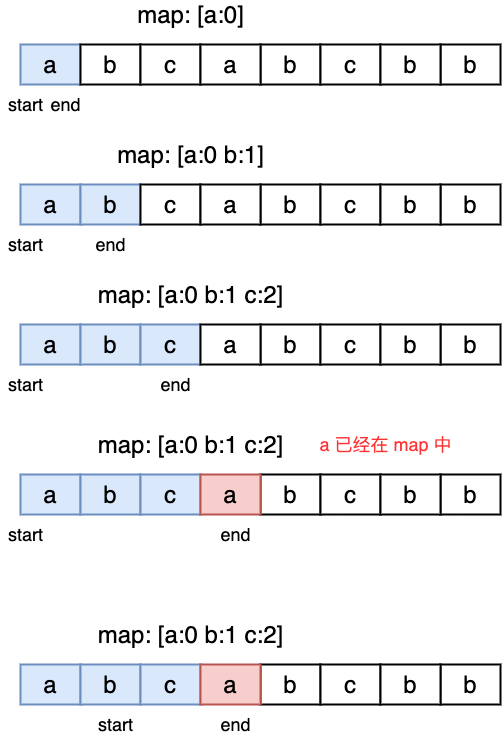
Above: 剑指Offer48_最长不含重复字符的子字符串.png in autsu/diagrams (draw.io), before the change. Source tidied: cells renumbered, new cells last; positions are measured from the earlier drawing's top-left corner, leaving out a move shared by most shapes. The source it was exported from:
```xml
<mxGraphModel>
  <root>
    <mxCell id="0" />
    <mxCell id="1" parent="0" />
    <mxCell id="2" value="&lt;font style=&quot;font-size: 24px&quot;&gt;a&lt;/font&gt;" style="rounded=0;whiteSpace=wrap;html=1;strokeWidth=2;fillColor=#dae8fc;strokeColor=#6c8ebf;" parent="1" vertex="1">
      <mxGeometry x="20" y="40" width="60" height="40" as="geometry" />
    </mxCell>
    <mxCell id="3" value="&lt;span style=&quot;font-size: 24px&quot;&gt;b&lt;/span&gt;" style="rounded=0;whiteSpace=wrap;html=1;strokeWidth=2;" parent="1" vertex="1">
      <mxGeometry x="80" y="40" width="60" height="40" as="geometry" />
    </mxCell>
    <mxCell id="4" value="&lt;font style=&quot;font-size: 24px&quot;&gt;c&lt;/font&gt;" style="rounded=0;whiteSpace=wrap;html=1;strokeWidth=2;" parent="1" vertex="1">
      <mxGeometry x="140" y="40" width="60" height="40" as="geometry" />
    </mxCell>
    <mxCell id="5" value="&lt;font style=&quot;font-size: 24px&quot;&gt;b&lt;/font&gt;" style="rounded=0;whiteSpace=wrap;html=1;strokeWidth=2;" parent="1" vertex="1">
      <mxGeometry x="260" y="40" width="60" height="40" as="geometry" />
    </mxCell>
    <mxCell id="6" value="&lt;font style=&quot;font-size: 24px&quot;&gt;b&lt;/font&gt;" style="rounded=0;whiteSpace=wrap;html=1;strokeWidth=2;" parent="1" vertex="1">
      <mxGeometry x="440" y="40" width="60" height="40" as="geometry" />
    </mxCell>
    <mxCell id="7" value="&lt;font style=&quot;font-size: 24px&quot;&gt;c&lt;/font&gt;" style="rounded=0;whiteSpace=wrap;html=1;strokeWidth=2;" parent="1" vertex="1">
      <mxGeometry x="320" y="40" width="60" height="40" as="geometry" />
    </mxCell>
    <mxCell id="8" value="&lt;font style=&quot;font-size: 24px&quot;&gt;b&lt;/font&gt;" style="rounded=0;whiteSpace=wrap;html=1;strokeWidth=2;" parent="1" vertex="1">
      <mxGeometry x="380" y="40" width="60" height="40" as="geometry" />
    </mxCell>
    <mxCell id="9" value="&lt;font style=&quot;font-size: 24px&quot;&gt;a&lt;/font&gt;" style="rounded=0;whiteSpace=wrap;html=1;strokeWidth=2;" parent="1" vertex="1">
      <mxGeometry x="200" y="40" width="60" height="40" as="geometry" />
    </mxCell>
    <mxCell id="10" value="&lt;font style=&quot;font-size: 18px&quot;&gt;start&lt;/font&gt;" style="text;html=1;align=center;verticalAlign=middle;fillColor=none;strokeColor=none;rounded=0;" parent="1" vertex="1">
      <mxGeometry y="90" width="50" height="20" as="geometry" />
    </mxCell>
    <mxCell id="11" value="&lt;font style=&quot;font-size: 18px&quot;&gt;end&lt;/font&gt;" style="text;html=1;align=center;verticalAlign=middle;fillColor=none;strokeColor=none;rounded=0;" parent="1" vertex="1">
      <mxGeometry x="40" y="90" width="50" height="20" as="geometry" />
    </mxCell>
    <mxCell id="12" value="&lt;font style=&quot;font-size: 24px&quot;&gt;map: [a:0]&lt;/font&gt;" style="text;html=1;align=center;verticalAlign=middle;fillColor=none;strokeColor=none;rounded=0;" parent="1" vertex="1">
      <mxGeometry x="130" width="120" height="20" as="geometry" />
    </mxCell>
    <mxCell id="13" value="&lt;font style=&quot;font-size: 24px&quot;&gt;a&lt;/font&gt;" style="rounded=0;whiteSpace=wrap;html=1;strokeWidth=2;fillColor=#dae8fc;strokeColor=#6c8ebf;" parent="1" vertex="1">
      <mxGeometry x="20" y="180" width="60" height="40" as="geometry" />
    </mxCell>
    <mxCell id="14" value="&lt;span style=&quot;font-size: 24px&quot;&gt;b&lt;/span&gt;" style="rounded=0;whiteSpace=wrap;html=1;strokeWidth=2;fillColor=#dae8fc;strokeColor=#6c8ebf;" parent="1" vertex="1">
      <mxGeometry x="80" y="180" width="60" height="40" as="geometry" />
    </mxCell>
    <mxCell id="15" value="&lt;font style=&quot;font-size: 24px&quot;&gt;c&lt;/font&gt;" style="rounded=0;whiteSpace=wrap;html=1;strokeWidth=2;" parent="1" vertex="1">
      <mxGeometry x="140" y="180" width="60" height="40" as="geometry" />
    </mxCell>
    <mxCell id="16" value="&lt;font style=&quot;font-size: 24px&quot;&gt;b&lt;/font&gt;" style="rounded=0;whiteSpace=wrap;html=1;strokeWidth=2;" parent="1" vertex="1">
      <mxGeometry x="260" y="180" width="60" height="40" as="geometry" />
    </mxCell>
    <mxCell id="17" value="&lt;font style=&quot;font-size: 24px&quot;&gt;b&lt;/font&gt;" style="rounded=0;whiteSpace=wrap;html=1;strokeWidth=2;" parent="1" vertex="1">
      <mxGeometry x="440" y="180" width="60" height="40" as="geometry" />
    </mxCell>
    <mxCell id="18" value="&lt;font style=&quot;font-size: 24px&quot;&gt;c&lt;/font&gt;" style="rounded=0;whiteSpace=wrap;html=1;strokeWidth=2;" parent="1" vertex="1">
      <mxGeometry x="320" y="180" width="60" height="40" as="geometry" />
    </mxCell>
    <mxCell id="19" value="&lt;font style=&quot;font-size: 24px&quot;&gt;b&lt;/font&gt;" style="rounded=0;whiteSpace=wrap;html=1;strokeWidth=2;" parent="1" vertex="1">
      <mxGeometry x="380" y="180" width="60" height="40" as="geometry" />
    </mxCell>
    <mxCell id="20" value="&lt;font style=&quot;font-size: 24px&quot;&gt;a&lt;/font&gt;" style="rounded=0;whiteSpace=wrap;html=1;strokeWidth=2;" parent="1" vertex="1">
      <mxGeometry x="200" y="180" width="60" height="40" as="geometry" />
    </mxCell>
    <mxCell id="21" value="&lt;font style=&quot;font-size: 18px&quot;&gt;start&lt;/font&gt;" style="text;html=1;align=center;verticalAlign=middle;fillColor=none;strokeColor=none;rounded=0;" parent="1" vertex="1">
      <mxGeometry y="230" width="50" height="20" as="geometry" />
    </mxCell>
    <mxCell id="22" value="&lt;font style=&quot;font-size: 18px&quot;&gt;end&lt;/font&gt;" style="text;html=1;align=center;verticalAlign=middle;fillColor=none;strokeColor=none;rounded=0;" parent="1" vertex="1">
      <mxGeometry x="85" y="230" width="50" height="20" as="geometry" />
    </mxCell>
    <mxCell id="23" value="&lt;font style=&quot;font-size: 24px&quot;&gt;map: [a:0 b:1]&lt;/font&gt;" style="text;html=1;align=center;verticalAlign=middle;fillColor=none;strokeColor=none;rounded=0;" parent="1" vertex="1">
      <mxGeometry x="110" y="140" width="160" height="20" as="geometry" />
    </mxCell>
    <mxCell id="24" value="&lt;font style=&quot;font-size: 24px&quot;&gt;a&lt;/font&gt;" style="rounded=0;whiteSpace=wrap;html=1;strokeWidth=2;fillColor=#dae8fc;strokeColor=#6c8ebf;" parent="1" vertex="1">
      <mxGeometry x="20" y="320" width="60" height="40" as="geometry" />
    </mxCell>
    <mxCell id="25" value="&lt;span style=&quot;font-size: 24px&quot;&gt;b&lt;/span&gt;" style="rounded=0;whiteSpace=wrap;html=1;strokeWidth=2;fillColor=#dae8fc;strokeColor=#6c8ebf;" parent="1" vertex="1">
      <mxGeometry x="80" y="320" width="60" height="40" as="geometry" />
    </mxCell>
    <mxCell id="26" value="&lt;font style=&quot;font-size: 24px&quot;&gt;c&lt;/font&gt;" style="rounded=0;whiteSpace=wrap;html=1;strokeWidth=2;fillColor=#dae8fc;strokeColor=#6c8ebf;" parent="1" vertex="1">
      <mxGeometry x="140" y="320" width="60" height="40" as="geometry" />
    </mxCell>
    <mxCell id="27" value="&lt;font style=&quot;font-size: 24px&quot;&gt;b&lt;/font&gt;" style="rounded=0;whiteSpace=wrap;html=1;strokeWidth=2;" parent="1" vertex="1">
      <mxGeometry x="260" y="320" width="60" height="40" as="geometry" />
    </mxCell>
    <mxCell id="28" value="&lt;font style=&quot;font-size: 24px&quot;&gt;b&lt;/font&gt;" style="rounded=0;whiteSpace=wrap;html=1;strokeWidth=2;" parent="1" vertex="1">
      <mxGeometry x="440" y="320" width="60" height="40" as="geometry" />
    </mxCell>
    <mxCell id="29" value="&lt;font style=&quot;font-size: 24px&quot;&gt;c&lt;/font&gt;" style="rounded=0;whiteSpace=wrap;html=1;strokeWidth=2;" parent="1" vertex="1">
      <mxGeometry x="320" y="320" width="60" height="40" as="geometry" />
    </mxCell>
    <mxCell id="30" value="&lt;font style=&quot;font-size: 24px&quot;&gt;b&lt;/font&gt;" style="rounded=0;whiteSpace=wrap;html=1;strokeWidth=2;" parent="1" vertex="1">
      <mxGeometry x="380" y="320" width="60" height="40" as="geometry" />
    </mxCell>
    <mxCell id="31" value="&lt;font style=&quot;font-size: 24px&quot;&gt;a&lt;/font&gt;" style="rounded=0;whiteSpace=wrap;html=1;strokeWidth=2;" parent="1" vertex="1">
      <mxGeometry x="200" y="320" width="60" height="40" as="geometry" />
    </mxCell>
    <mxCell id="32" value="&lt;font style=&quot;font-size: 18px&quot;&gt;start&lt;/font&gt;" style="text;html=1;align=center;verticalAlign=middle;fillColor=none;strokeColor=none;rounded=0;" parent="1" vertex="1">
      <mxGeometry y="370" width="50" height="20" as="geometry" />
    </mxCell>
    <mxCell id="33" value="&lt;font style=&quot;font-size: 18px&quot;&gt;end&lt;/font&gt;" style="text;html=1;align=center;verticalAlign=middle;fillColor=none;strokeColor=none;rounded=0;" parent="1" vertex="1">
      <mxGeometry x="150" y="370" width="50" height="20" as="geometry" />
    </mxCell>
    <mxCell id="34" value="&lt;font style=&quot;font-size: 24px&quot;&gt;map: [a:0 b:1 c:2]&lt;/font&gt;" style="text;html=1;align=center;verticalAlign=middle;fillColor=none;strokeColor=none;rounded=0;" parent="1" vertex="1">
      <mxGeometry x="90" y="280" width="200" height="20" as="geometry" />
    </mxCell>
    <mxCell id="35" value="&lt;font style=&quot;font-size: 24px&quot;&gt;a&lt;/font&gt;" style="rounded=0;whiteSpace=wrap;html=1;strokeWidth=2;fillColor=#dae8fc;strokeColor=#6c8ebf;" parent="1" vertex="1">
      <mxGeometry x="20" y="470" width="60" height="40" as="geometry" />
    </mxCell>
    <mxCell id="36" value="&lt;span style=&quot;font-size: 24px&quot;&gt;b&lt;/span&gt;" style="rounded=0;whiteSpace=wrap;html=1;strokeWidth=2;fillColor=#dae8fc;strokeColor=#6c8ebf;" parent="1" vertex="1">
      <mxGeometry x="80" y="470" width="60" height="40" as="geometry" />
    </mxCell>
    <mxCell id="37" value="&lt;font style=&quot;font-size: 24px&quot;&gt;c&lt;/font&gt;" style="rounded=0;whiteSpace=wrap;html=1;strokeWidth=2;fillColor=#dae8fc;strokeColor=#6c8ebf;" parent="1" vertex="1">
      <mxGeometry x="140" y="470" width="60" height="40" as="geometry" />
    </mxCell>
    <mxCell id="38" value="&lt;font style=&quot;font-size: 24px&quot;&gt;b&lt;/font&gt;" style="rounded=0;whiteSpace=wrap;html=1;strokeWidth=2;" parent="1" vertex="1">
      <mxGeometry x="260" y="470" width="60" height="40" as="geometry" />
    </mxCell>
    <mxCell id="39" value="&lt;font style=&quot;font-size: 24px&quot;&gt;b&lt;/font&gt;" style="rounded=0;whiteSpace=wrap;html=1;strokeWidth=2;" parent="1" vertex="1">
      <mxGeometry x="440" y="470" width="60" height="40" as="geometry" />
    </mxCell>
    <mxCell id="40" value="&lt;font style=&quot;font-size: 24px&quot;&gt;c&lt;/font&gt;" style="rounded=0;whiteSpace=wrap;html=1;strokeWidth=2;" parent="1" vertex="1">
      <mxGeometry x="320" y="470" width="60" height="40" as="geometry" />
    </mxCell>
    <mxCell id="41" value="&lt;font style=&quot;font-size: 24px&quot;&gt;b&lt;/font&gt;" style="rounded=0;whiteSpace=wrap;html=1;strokeWidth=2;" parent="1" vertex="1">
      <mxGeometry x="380" y="470" width="60" height="40" as="geometry" />
    </mxCell>
    <mxCell id="42" value="&lt;font style=&quot;font-size: 24px&quot;&gt;a&lt;/font&gt;" style="rounded=0;whiteSpace=wrap;html=1;strokeWidth=2;fillColor=#f8cecc;strokeColor=#b85450;" parent="1" vertex="1">
      <mxGeometry x="200" y="470" width="60" height="40" as="geometry" />
    </mxCell>
    <mxCell id="43" value="&lt;font style=&quot;font-size: 18px&quot;&gt;start&lt;/font&gt;" style="text;html=1;align=center;verticalAlign=middle;fillColor=none;strokeColor=none;rounded=0;" parent="1" vertex="1">
      <mxGeometry y="520" width="50" height="20" as="geometry" />
    </mxCell>
    <mxCell id="44" value="&lt;font style=&quot;font-size: 18px&quot;&gt;end&lt;/font&gt;" style="text;html=1;align=center;verticalAlign=middle;fillColor=none;strokeColor=none;rounded=0;" parent="1" vertex="1">
      <mxGeometry x="210" y="520" width="50" height="20" as="geometry" />
    </mxCell>
    <mxCell id="45" value="&lt;font style=&quot;font-size: 24px&quot;&gt;map: [a:0 b:1 c:2]&lt;/font&gt;" style="text;html=1;align=center;verticalAlign=middle;fillColor=none;strokeColor=none;rounded=0;" parent="1" vertex="1">
      <mxGeometry x="90" y="430" width="200" height="20" as="geometry" />
    </mxCell>
    <mxCell id="46" value="&lt;font style=&quot;font-size: 18px&quot; color=&quot;#ff3333&quot;&gt;a 已经在 map 中&lt;/font&gt;" style="text;html=1;align=center;verticalAlign=middle;fillColor=none;strokeColor=none;rounded=0;" parent="1" vertex="1">
      <mxGeometry x="310" y="430" width="150" height="20" as="geometry" />
    </mxCell>
    <mxCell id="47" value="&lt;font style=&quot;font-size: 24px&quot;&gt;a&lt;/font&gt;" style="rounded=0;whiteSpace=wrap;html=1;strokeWidth=2;fillColor=#dae8fc;strokeColor=#6c8ebf;" parent="1" vertex="1">
      <mxGeometry x="20" y="660" width="60" height="40" as="geometry" />
    </mxCell>
    <mxCell id="48" value="&lt;span style=&quot;font-size: 24px&quot;&gt;b&lt;/span&gt;" style="rounded=0;whiteSpace=wrap;html=1;strokeWidth=2;fillColor=#dae8fc;strokeColor=#6c8ebf;" parent="1" vertex="1">
      <mxGeometry x="80" y="660" width="60" height="40" as="geometry" />
    </mxCell>
    <mxCell id="49" value="&lt;font style=&quot;font-size: 24px&quot;&gt;c&lt;/font&gt;" style="rounded=0;whiteSpace=wrap;html=1;strokeWidth=2;fillColor=#dae8fc;strokeColor=#6c8ebf;" parent="1" vertex="1">
      <mxGeometry x="140" y="660" width="60" height="40" as="geometry" />
    </mxCell>
    <mxCell id="50" value="&lt;font style=&quot;font-size: 24px&quot;&gt;b&lt;/font&gt;" style="rounded=0;whiteSpace=wrap;html=1;strokeWidth=2;" parent="1" vertex="1">
      <mxGeometry x="260" y="660" width="60" height="40" as="geometry" />
    </mxCell>
    <mxCell id="51" value="&lt;font style=&quot;font-size: 24px&quot;&gt;b&lt;/font&gt;" style="rounded=0;whiteSpace=wrap;html=1;strokeWidth=2;" parent="1" vertex="1">
      <mxGeometry x="440" y="660" width="60" height="40" as="geometry" />
    </mxCell>
    <mxCell id="52" value="&lt;font style=&quot;font-size: 24px&quot;&gt;c&lt;/font&gt;" style="rounded=0;whiteSpace=wrap;html=1;strokeWidth=2;" parent="1" vertex="1">
      <mxGeometry x="320" y="660" width="60" height="40" as="geometry" />
    </mxCell>
    <mxCell id="53" value="&lt;font style=&quot;font-size: 24px&quot;&gt;b&lt;/font&gt;" style="rounded=0;whiteSpace=wrap;html=1;strokeWidth=2;" parent="1" vertex="1">
      <mxGeometry x="380" y="660" width="60" height="40" as="geometry" />
    </mxCell>
    <mxCell id="54" value="&lt;font style=&quot;font-size: 24px&quot;&gt;a&lt;/font&gt;" style="rounded=0;whiteSpace=wrap;html=1;strokeWidth=2;fillColor=#f8cecc;strokeColor=#b85450;" parent="1" vertex="1">
      <mxGeometry x="200" y="660" width="60" height="40" as="geometry" />
    </mxCell>
    <mxCell id="55" value="&lt;font style=&quot;font-size: 18px&quot;&gt;start&lt;/font&gt;" style="text;html=1;align=center;verticalAlign=middle;fillColor=none;strokeColor=none;rounded=0;" parent="1" vertex="1">
      <mxGeometry x="90" y="710" width="50" height="20" as="geometry" />
    </mxCell>
    <mxCell id="56" value="&lt;font style=&quot;font-size: 18px&quot;&gt;end&lt;/font&gt;" style="text;html=1;align=center;verticalAlign=middle;fillColor=none;strokeColor=none;rounded=0;" parent="1" vertex="1">
      <mxGeometry x="210" y="710" width="50" height="20" as="geometry" />
    </mxCell>
    <mxCell id="57" value="&lt;font style=&quot;font-size: 24px&quot;&gt;map: [a:0 b:1 c:2]&lt;/font&gt;" style="text;html=1;align=center;verticalAlign=middle;fillColor=none;strokeColor=none;rounded=0;" parent="1" vertex="1">
      <mxGeometry x="90" y="620" width="200" height="20" as="geometry" />
    </mxCell>
  </root>
</mxGraphModel>
```
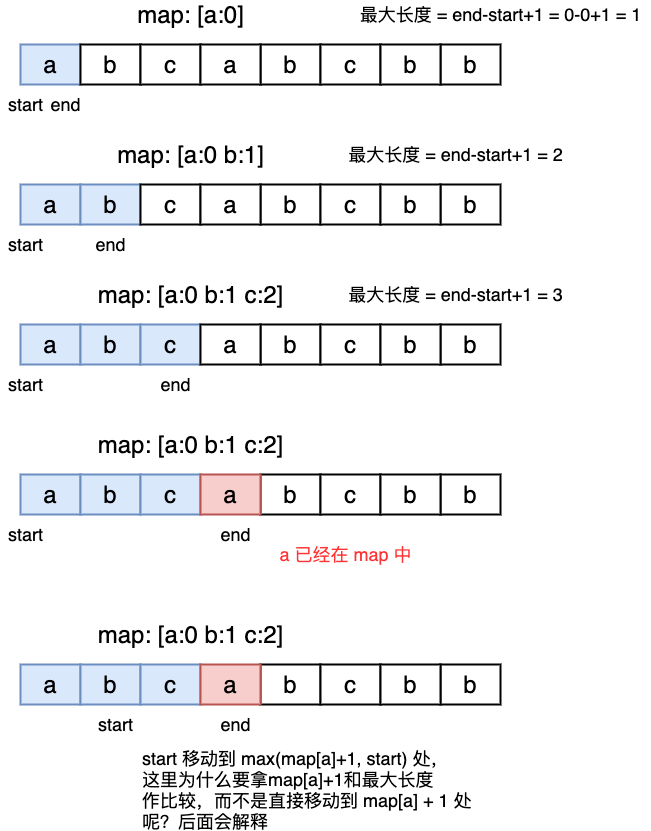
Above is the later version.

Commit message:
更新剑指Offer48_最长不含重复字符的子字符串.png

What changed in the source:
```diff
@@ -135,7 +135,7 @@
       <mxGeometry x="90" y="430" width="200" height="20" as="geometry" />
     </mxCell>
     <mxCell id="46" value="&lt;font style=&quot;font-size: 18px&quot; color=&quot;#ff3333&quot;&gt;a 已经在 map 中&lt;/font&gt;" style="text;html=1;align=center;verticalAlign=middle;fillColor=none;strokeColor=none;rounded=0;" parent="1" vertex="1">
-      <mxGeometry x="310" y="430" width="150" height="20" as="geometry" />
+      <mxGeometry x="270" y="540" width="150" height="20" as="geometry" />
     </mxCell>
     <mxCell id="47" value="&lt;font style=&quot;font-size: 24px&quot;&gt;a&lt;/font&gt;" style="rounded=0;whiteSpace=wrap;html=1;strokeWidth=2;fillColor=#dae8fc;strokeColor=#6c8ebf;" parent="1" vertex="1">
       <mxGeometry x="20" y="660" width="60" height="40" as="geometry" />
@@ -170,5 +170,17 @@
     <mxCell id="57" value="&lt;font style=&quot;font-size: 24px&quot;&gt;map: [a:0 b:1 c:2]&lt;/font&gt;" style="text;html=1;align=center;verticalAlign=middle;fillColor=none;strokeColor=none;rounded=0;" parent="1" vertex="1">
       <mxGeometry x="90" y="620" width="200" height="20" as="geometry" />
     </mxCell>
+    <mxCell id="58" value="&lt;font style=&quot;font-size: 18px&quot;&gt;最大长度 = end-start+1 = 0-0+1 = 1&lt;/font&gt;" style="text;html=1;align=center;verticalAlign=middle;fillColor=none;strokeColor=none;rounded=0;" parent="1" vertex="1">
+      <mxGeometry x="350" width="300" height="20" as="geometry" />
+    </mxCell>
+    <mxCell id="59" value="&lt;font style=&quot;font-size: 18px&quot;&gt;最大长度 = end-start+1 = 2&lt;/font&gt;" style="text;html=1;align=center;verticalAlign=middle;fillColor=none;strokeColor=none;rounded=0;" parent="1" vertex="1">
+      <mxGeometry x="340" y="140" width="230" height="20" as="geometry" />
+    </mxCell>
+    <mxCell id="60" value="&lt;font style=&quot;font-size: 18px&quot;&gt;最大长度 = end-start+1 = 3&lt;/font&gt;" style="text;html=1;align=center;verticalAlign=middle;fillColor=none;strokeColor=none;rounded=0;" parent="1" vertex="1">
+      <mxGeometry x="340" y="280" width="230" height="20" as="geometry" />
+    </mxCell>
+    <mxCell id="61" value="&lt;span style=&quot;font-size: 18px&quot;&gt;start 移动到 max(map[a]+1, start) 处，&lt;br&gt;这里为什么要拿&lt;/span&gt;&lt;span style=&quot;font-size: 18px&quot;&gt;map[a]+1&lt;/span&gt;&lt;span style=&quot;font-size: 18px&quot;&gt;和最大长度&lt;br&gt;作比较，而不是直接移动到 map[a] + 1 处&lt;br&gt;呢？后面会解释&lt;/span&gt;" style="text;html=1;align=left;verticalAlign=middle;fillColor=none;strokeColor=none;rounded=0;" parent="1" vertex="1">
+      <mxGeometry x="140" y="750" width="350" height="70" as="geometry" />
+    </mxCell>
   </root>
 </mxGraphModel>
```
